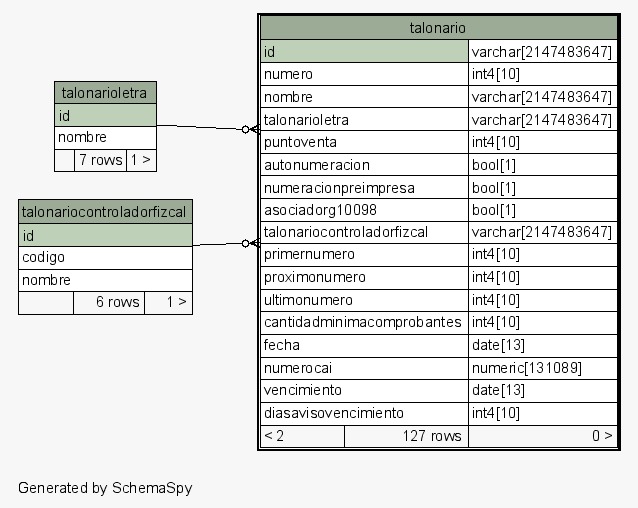
Above: postgresql/schemaSpy/salida/diagrams/talonario.1degree.png in diegopablomansilla/massoftware_front (Graphviz), before the change. Its source is kept beside it as postgresql/schemaSpy/salida/diagrams/talonario.1degree.dot. The source it was exported from:
```dot
digraph "oneDegreeRelationshipsDiagram" {
  graph [
    rankdir="RL"
    bgcolor="#f7f7f7"
    label="\nGenerated by SchemaSpy"
    labeljust="l"
    nodesep="0.18"
    ranksep="0.46"
    fontname="Helvetica"
    fontsize="11"
  ];
  node [
    fontname="Helvetica"
    fontsize="11"
    shape="plaintext"
  ];
  edge [
    arrowsize="0.8"
  ];
  "talonario":"talonariocontroladorfizcal":sw -> "talonariocontroladorfizcal":"id":se [arrowhead=none dir=back arrowtail=crowodot];
  "talonario":"talonarioletra":sw -> "talonarioletra":"id":se [arrowhead=none dir=back arrowtail=crowodot];
  "talonario" [
    label=<
    <TABLE BORDER="2" CELLBORDER="1" CELLSPACING="0" BGCOLOR="#ffffff">
      <TR><TD COLSPAN="3" BGCOLOR="#9bab96" ALIGN="CENTER">talonario</TD></TR>
      <TR><TD PORT="id" COLSPAN="2" BGCOLOR="#bed1b8" ALIGN="LEFT">id</TD><TD PORT="id.type" ALIGN="LEFT">varchar[2147483647]</TD></TR>
      <TR><TD PORT="numero" COLSPAN="2" ALIGN="LEFT">numero</TD><TD PORT="numero.type" ALIGN="LEFT">int4[10]</TD></TR>
      <TR><TD PORT="nombre" COLSPAN="2" ALIGN="LEFT">nombre</TD><TD PORT="nombre.type" ALIGN="LEFT">varchar[2147483647]</TD></TR>
      <TR><TD PORT="talonarioletra" COLSPAN="2" ALIGN="LEFT">talonarioletra</TD><TD PORT="talonarioletra.type" ALIGN="LEFT">varchar[2147483647]</TD></TR>
      <TR><TD PORT="puntoventa" COLSPAN="2" ALIGN="LEFT">puntoventa</TD><TD PORT="puntoventa.type" ALIGN="LEFT">int4[10]</TD></TR>
      <TR><TD PORT="autonumeracion" COLSPAN="2" ALIGN="LEFT">autonumeracion</TD><TD PORT="autonumeracion.type" ALIGN="LEFT">bool[1]</TD></TR>
      <TR><TD PORT="numeracionpreimpresa" COLSPAN="2" ALIGN="LEFT">numeracionpreimpresa</TD><TD PORT="numeracionpreimpresa.type" ALIGN="LEFT">bool[1]</TD></TR>
      <TR><TD PORT="asociadorg10098" COLSPAN="2" ALIGN="LEFT">asociadorg10098</TD><TD PORT="asociadorg10098.type" ALIGN="LEFT">bool[1]</TD></TR>
      <TR><TD PORT="talonariocontroladorfizcal" COLSPAN="2" ALIGN="LEFT">talonariocontroladorfizcal</TD><TD PORT="talonariocontroladorfizcal.type" ALIGN="LEFT">varchar[2147483647]</TD></TR>
      <TR><TD PORT="primernumero" COLSPAN="2" ALIGN="LEFT">primernumero</TD><TD PORT="primernumero.type" ALIGN="LEFT">int4[10]</TD></TR>
      <TR><TD PORT="proximonumero" COLSPAN="2" ALIGN="LEFT">proximonumero</TD><TD PORT="proximonumero.type" ALIGN="LEFT">int4[10]</TD></TR>
      <TR><TD PORT="ultimonumero" COLSPAN="2" ALIGN="LEFT">ultimonumero</TD><TD PORT="ultimonumero.type" ALIGN="LEFT">int4[10]</TD></TR>
      <TR><TD PORT="cantidadminimacomprobantes" COLSPAN="2" ALIGN="LEFT">cantidadminimacomprobantes</TD><TD PORT="cantidadminimacomprobantes.type" ALIGN="LEFT">int4[10]</TD></TR>
      <TR><TD PORT="fecha" COLSPAN="2" ALIGN="LEFT">fecha</TD><TD PORT="fecha.type" ALIGN="LEFT">date[13]</TD></TR>
      <TR><TD PORT="numerocai" COLSPAN="2" ALIGN="LEFT">numerocai</TD><TD PORT="numerocai.type" ALIGN="LEFT">numeric[131089]</TD></TR>
      <TR><TD PORT="vencimiento" COLSPAN="2" ALIGN="LEFT">vencimiento</TD><TD PORT="vencimiento.type" ALIGN="LEFT">date[13]</TD></TR>
      <TR><TD PORT="diasavisovencimiento" COLSPAN="2" ALIGN="LEFT">diasavisovencimiento</TD><TD PORT="diasavisovencimiento.type" ALIGN="LEFT">int4[10]</TD></TR>
      <TR><TD ALIGN="LEFT" BGCOLOR="#f7f7f7">&lt; 2</TD><TD ALIGN="RIGHT" BGCOLOR="#f7f7f7">127 rows</TD><TD ALIGN="RIGHT" BGCOLOR="#f7f7f7">0 &gt;</TD></TR>
    </TABLE>>
    URL="talonario.html"
    tooltip="talonario"
  ];
  "talonariocontroladorfizcal" [
    label=<
    <TABLE BORDER="0" CELLBORDER="1" CELLSPACING="0" BGCOLOR="#ffffff">
      <TR><TD COLSPAN="3" BGCOLOR="#9bab96" ALIGN="CENTER">talonariocontroladorfizcal</TD></TR>
      <TR><TD PORT="id" COLSPAN="3" BGCOLOR="#bed1b8" ALIGN="LEFT">id</TD></TR>
      <TR><TD PORT="codigo" COLSPAN="3" ALIGN="LEFT">codigo</TD></TR>
      <TR><TD PORT="nombre" COLSPAN="3" ALIGN="LEFT">nombre</TD></TR>
      <TR><TD ALIGN="LEFT" BGCOLOR="#f7f7f7">  </TD><TD ALIGN="RIGHT" BGCOLOR="#f7f7f7">6 rows</TD><TD ALIGN="RIGHT" BGCOLOR="#f7f7f7">1 &gt;</TD></TR>
    </TABLE>>
    URL="talonariocontroladorfizcal.html"
    tooltip="talonariocontroladorfizcal"
  ];
  "talonarioletra" [
    label=<
    <TABLE BORDER="0" CELLBORDER="1" CELLSPACING="0" BGCOLOR="#ffffff">
      <TR><TD COLSPAN="3" BGCOLOR="#9bab96" ALIGN="CENTER">talonarioletra</TD></TR>
      <TR><TD PORT="id" COLSPAN="3" BGCOLOR="#bed1b8" ALIGN="LEFT">id</TD></TR>
      <TR><TD PORT="nombre" COLSPAN="3" ALIGN="LEFT">nombre</TD></TR>
      <TR><TD ALIGN="LEFT" BGCOLOR="#f7f7f7">  </TD><TD ALIGN="RIGHT" BGCOLOR="#f7f7f7">7 rows</TD><TD ALIGN="RIGHT" BGCOLOR="#f7f7f7">1 &gt;</TD></TR>
    </TABLE>>
    URL="talonarioletra.html"
    tooltip="talonarioletra"
  ];
}
```
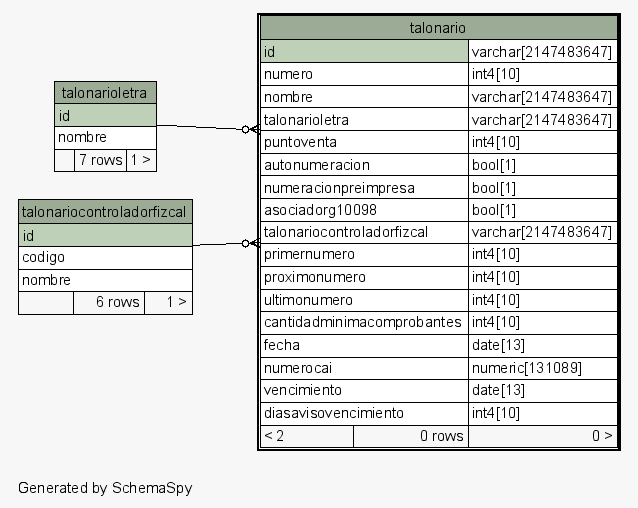
Above is the later version.

The edit, as a diff of the source:
```diff
@@ -40,7 +40,7 @@
       <TR><TD PORT="numerocai" COLSPAN="2" ALIGN="LEFT">numerocai</TD><TD PORT="numerocai.type" ALIGN="LEFT">numeric[131089]</TD></TR>
       <TR><TD PORT="vencimiento" COLSPAN="2" ALIGN="LEFT">vencimiento</TD><TD PORT="vencimiento.type" ALIGN="LEFT">date[13]</TD></TR>
       <TR><TD PORT="diasavisovencimiento" COLSPAN="2" ALIGN="LEFT">diasavisovencimiento</TD><TD PORT="diasavisovencimiento.type" ALIGN="LEFT">int4[10]</TD></TR>
-      <TR><TD ALIGN="LEFT" BGCOLOR="#f7f7f7">&lt; 2</TD><TD ALIGN="RIGHT" BGCOLOR="#f7f7f7">127 rows</TD><TD ALIGN="RIGHT" BGCOLOR="#f7f7f7">0 &gt;</TD></TR>
+      <TR><TD ALIGN="LEFT" BGCOLOR="#f7f7f7">&lt; 2</TD><TD ALIGN="RIGHT" BGCOLOR="#f7f7f7">0 rows</TD><TD ALIGN="RIGHT" BGCOLOR="#f7f7f7">0 &gt;</TD></TR>
     </TABLE>>
     URL="talonario.html"
     tooltip="talonario"
```
